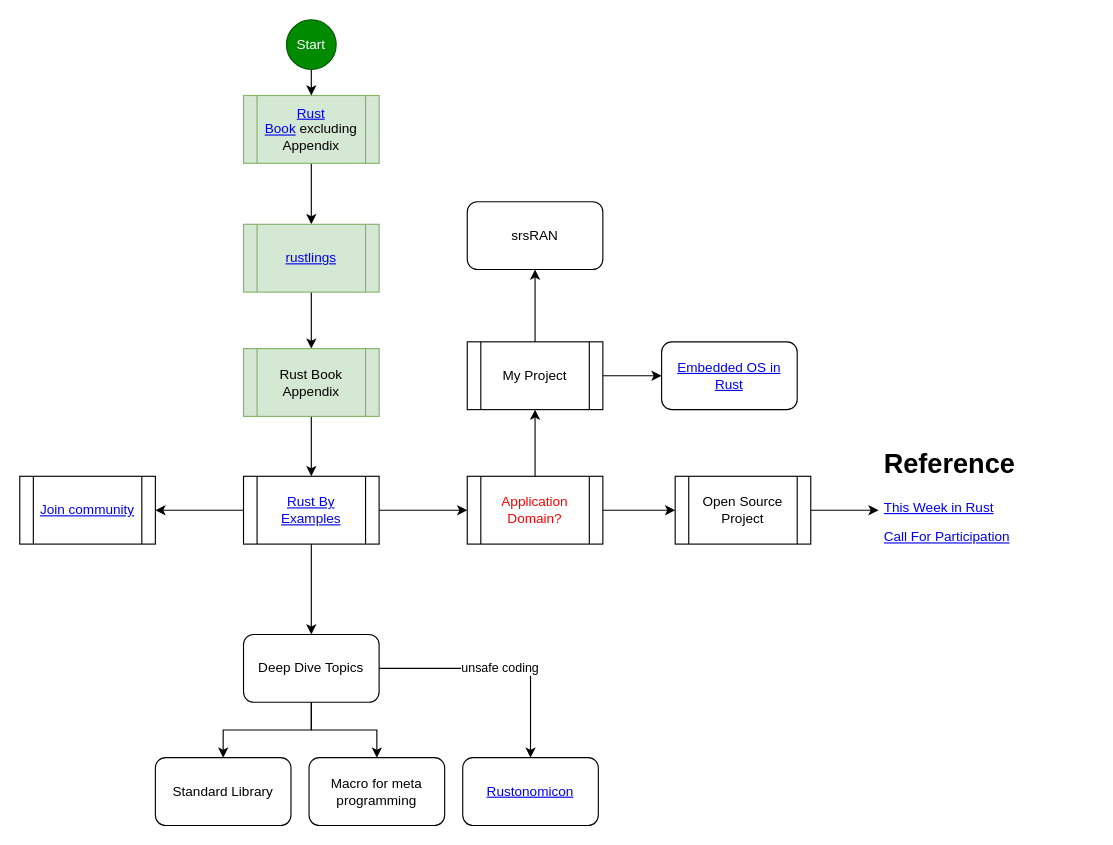
Earlier version of the draw.io diagram learning_roadmap.drawio (gftea/rust_lang_notes). Source tidied: cells renumbered, new cells numbered last; positions are measured from the earlier drawing's top-left corner, leaving out a move shared by most shapes. Both pictures are drawn from the tidied source at 113%, with x=0, y=0 at pixel (19, 19).
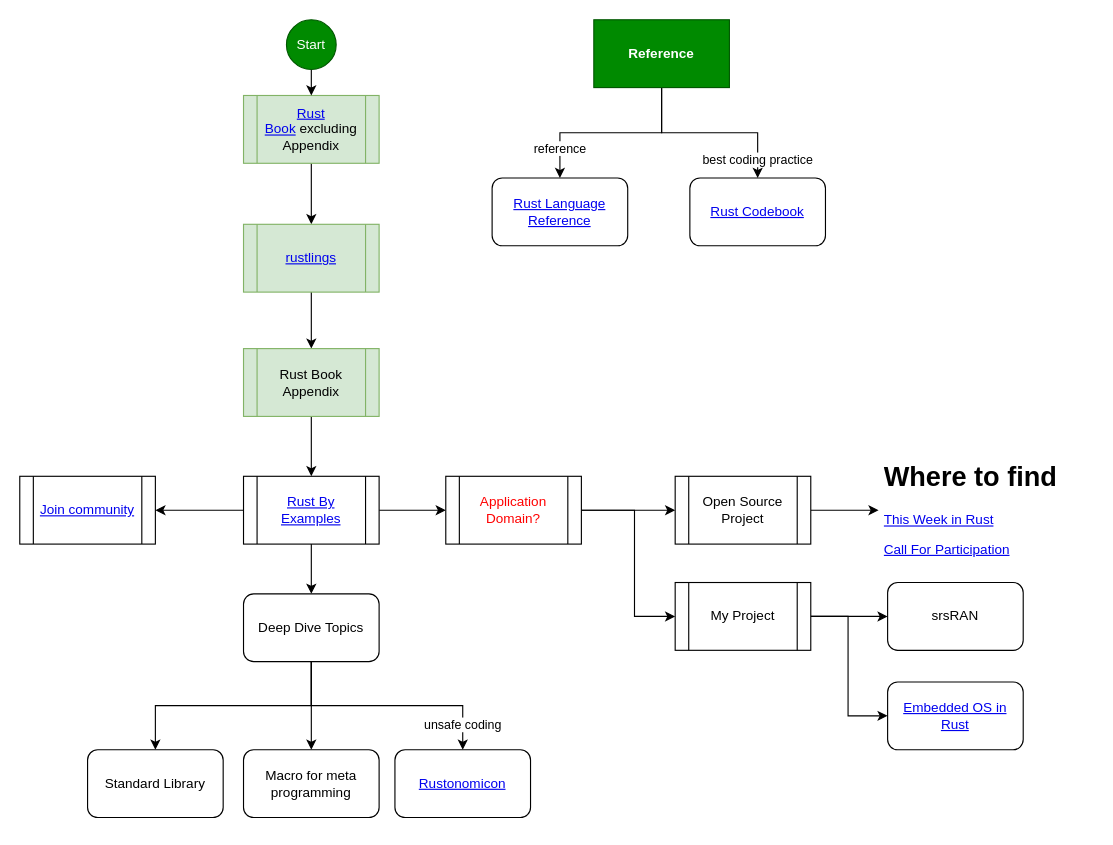
Above is the later version.

Unchanged cells that the change refers to:
```xml
<mxCell id="11" value="&lt;a href=&quot;https://doc.rust-lang.org/stable/rust-by-example/&quot;&gt;Rust By Examples&lt;/a&gt;" style="shape=process;whiteSpace=wrap;html=1;backgroundOutline=1;" parent="1" vertex="1">
  <mxGeometry x="198" y="404" width="120" height="60" as="geometry" />
</mxCell>
```

Change to the diagram source:
```diff
@@
-    <mxCell id="9" style="edgeStyle=orthogonalEdgeStyle;rounded=0;jettySize=auto;html=1;" parent="1" edge="1" source="11" target="26">
+    <mxCell id="9" style="edgeStyle=orthogonalEdgeStyle;rounded=0;jettySize=auto;html=1;exitX=0.5;exitY=1;exitDx=0;exitDy=0;" parent="1" edge="1" source="11" target="26">
       <mxGeometry relative="1" as="geometry" />
     </mxCell>
@@
+    <mxCell id="33" value="&lt;font color=&quot;#000000&quot;&gt;best coding practice&lt;/font&gt;" style="edgeStyle=orthogonalEdgeStyle;rounded=0;jettySize=auto;html=1;entryX=0.5;entryY=0;entryDx=0;entryDy=0;fontColor=#FF0000;exitX=0.5;exitY=1;exitDx=0;exitDy=0;" parent="1" edge="1" source="37" target="35">
+      <mxGeometry x="0.8" relative="1" as="geometry" />
+    </mxCell>
@@
-    <mxCell id="13" style="edgeStyle=orthogonalEdgeStyle;rounded=0;jettySize=auto;html=1;exitX=0.5;exitY=0;exitDx=0;exitDy=0;" parent="1" edge="1" source="19" target="18">
-      <mxGeometry relative="1" as="geometry" />
+    <mxCell id="13" style="edgeStyle=orthogonalEdgeStyle;rounded=0;jettySize=auto;html=1;exitX=1;exitY=0.5;exitDx=0;exitDy=0;" parent="1" edge="1" source="19" target="18">
+      <mxGeometry relative="1" as="geometry">
+        <Array as="points">
+          <mxPoint x="544" y="434" />
+          <mxPoint x="544" y="528" />
+        </Array>
+      </mxGeometry>
     </mxCell>
@@
     <mxCell id="17" style="edgeStyle=orthogonalEdgeStyle;rounded=0;jettySize=auto;html=1;" parent="1" edge="1" source="18" target="32">
-      <mxGeometry relative="1" as="geometry" />
+      <mxGeometry relative="1" as="geometry">
+        <Array as="points">
+          <mxPoint x="733" y="528" />
+          <mxPoint x="733" y="616" />
+        </Array>
+      </mxGeometry>
     </mxCell>
     <mxCell id="18" value="My Project" style="shape=process;whiteSpace=wrap;html=1;backgroundOutline=1;" parent="1" vertex="1">
-      <mxGeometry x="396" y="285" width="120" height="60" as="geometry" />
+      <mxGeometry x="580" y="498" width="120" height="60" as="geometry" />
     </mxCell>
+    <mxCell id="34" value="reference" style="edgeStyle=orthogonalEdgeStyle;rounded=0;jettySize=auto;html=1;fontColor=#000000;exitX=0.5;exitY=1;exitDx=0;exitDy=0;" parent="1" edge="1" source="37" target="36">
+      <mxGeometry x="0.69" relative="1" as="geometry" />
+    </mxCell>
     <mxCell id="19" value="&lt;font color=&quot;#ff0000&quot;&gt;Application Domain?&lt;/font&gt;" style="shape=process;whiteSpace=wrap;html=1;backgroundOutline=1;" parent="1" vertex="1">
-      <mxGeometry x="396" y="404" width="120" height="60" as="geometry" />
+      <mxGeometry x="377" y="404" width="120" height="60" as="geometry" />
     </mxCell>
@@
-    <mxCell id="23" style="edgeStyle=orthogonalEdgeStyle;rounded=0;jettySize=auto;html=1;" parent="1" edge="1" source="26" target="27">
+    <mxCell id="23" style="edgeStyle=orthogonalEdgeStyle;rounded=0;jettySize=auto;html=1;exitX=0.5;exitY=1;exitDx=0;exitDy=0;" parent="1" edge="1" source="26" target="27">
       <mxGeometry relative="1" as="geometry" />
     </mxCell>
@@
-    <mxCell id="25" value="unsafe coding" style="edgeStyle=orthogonalEdgeStyle;rounded=0;jettySize=auto;html=1;" parent="1" edge="1" source="26" target="29">
-      <mxGeometry relative="1" as="geometry" />
+    <mxCell id="25" value="unsafe coding" style="edgeStyle=orthogonalEdgeStyle;rounded=0;jettySize=auto;html=1;exitX=0.5;exitY=1;exitDx=0;exitDy=0;" parent="1" edge="1" source="26" target="29">
+      <mxGeometry x="0.79" relative="1" as="geometry" />
     </mxCell>
     <mxCell id="26" value="Deep Dive Topics" style="rounded=1;whiteSpace=wrap;html=1;" parent="1" vertex="1">
-      <mxGeometry x="198" y="544" width="120" height="60" as="geometry" />
+      <mxGeometry x="198" y="508" width="120" height="60" as="geometry" />
     </mxCell>
     <mxCell id="27" value="Standard Library" style="rounded=1;whiteSpace=wrap;html=1;" parent="1" vertex="1">
-      <mxGeometry x="120" y="653" width="120" height="60" as="geometry" />
+      <mxGeometry x="60" y="646" width="120" height="60" as="geometry" />
     </mxCell>
     <mxCell id="28" value="Macro for meta programming" style="rounded=1;whiteSpace=wrap;html=1;" parent="1" vertex="1">
-      <mxGeometry x="256" y="653" width="120" height="60" as="geometry" />
+      <mxGeometry x="198" y="646" width="120" height="60" as="geometry" />
     </mxCell>
     <mxCell id="29" value="&lt;a style=&quot;&quot; href=&quot;https://doc.rust-lang.org/nomicon/&quot;&gt;Rustonomicon&lt;/a&gt;" style="whiteSpace=wrap;html=1;rounded=1;" parent="1" vertex="1">
-      <mxGeometry x="392" y="653" width="120" height="60" as="geometry" />
+      <mxGeometry x="332" y="646" width="120" height="60" as="geometry" />
     </mxCell>
-    <mxCell id="30" value="&lt;h1&gt;Reference&lt;/h1&gt;&lt;p&gt;&lt;a href=&quot;https://this-week-in-rust.org/&quot;&gt;This Week in Rust&lt;/a&gt;&lt;/p&gt;&lt;p&gt;&lt;a href=&quot;https://users.rust-lang.org/t/twir-call-for-participation/4821&quot;&gt;Call For Participation&lt;/a&gt;&lt;/p&gt;" style="text;html=1;strokeColor=none;fillColor=none;spacing=5;spacingTop=-20;whiteSpace=wrap;overflow=hidden;rounded=0;" parent="1" vertex="1">
-      <mxGeometry x="760" y="374" width="190" height="120" as="geometry" />
+    <mxCell id="30" value="&lt;h1&gt;Where to find&lt;/h1&gt;&lt;p&gt;&lt;a href=&quot;https://this-week-in-rust.org/&quot;&gt;This Week in Rust&lt;/a&gt;&lt;/p&gt;&lt;p&gt;&lt;a href=&quot;https://users.rust-lang.org/t/twir-call-for-participation/4821&quot;&gt;Call For Participation&lt;/a&gt;&lt;/p&gt;" style="text;html=1;strokeColor=none;fillColor=none;spacing=5;spacingTop=-20;whiteSpace=wrap;overflow=hidden;rounded=0;" parent="1" vertex="1">
+      <mxGeometry x="760" y="384.5" width="190" height="99" as="geometry" />
     </mxCell>
     <mxCell id="31" value="srsRAN" style="rounded=1;whiteSpace=wrap;html=1;" parent="1" vertex="1">
-      <mxGeometry x="396" y="161" width="120" height="60" as="geometry" />
+      <mxGeometry x="768" y="498" width="120" height="60" as="geometry" />
     </mxCell>
     <mxCell id="32" value="&lt;a href=&quot;https://github.com/rust-embedded/rust-raspberrypi-OS-tutorials&quot;&gt;Embedded OS in Rust&lt;/a&gt;" style="rounded=1;whiteSpace=wrap;html=1;" parent="1" vertex="1">
-      <mxGeometry x="568" y="285" width="120" height="60" as="geometry" />
+      <mxGeometry x="768" y="586" width="120" height="60" as="geometry" />
     </mxCell>
+    <mxCell id="35" value="&lt;a href=&quot;https://rust-lang-nursery.github.io/rust-cookbook/&quot;&gt;Rust Codebook&lt;/a&gt;" style="rounded=1;whiteSpace=wrap;html=1;" parent="1" vertex="1">
+      <mxGeometry x="593" y="140" width="120" height="60" as="geometry" />
+    </mxCell>
+    <mxCell id="36" value="&lt;a href=&quot;https://doc.rust-lang.org/stable/reference/&quot;&gt;Rust Language Reference&lt;/a&gt;" style="rounded=1;whiteSpace=wrap;html=1;" parent="1" vertex="1">
+      <mxGeometry x="418" y="140" width="120" height="60" as="geometry" />
+    </mxCell>
+    <mxCell id="37" value="Reference" style="rounded=0;whiteSpace=wrap;html=1;fontStyle=1;fillColor=#008a00;fontColor=#ffffff;strokeColor=#005700;" parent="1" vertex="1">
+      <mxGeometry x="508" width="120" height="60" as="geometry" />
+    </mxCell>
```
